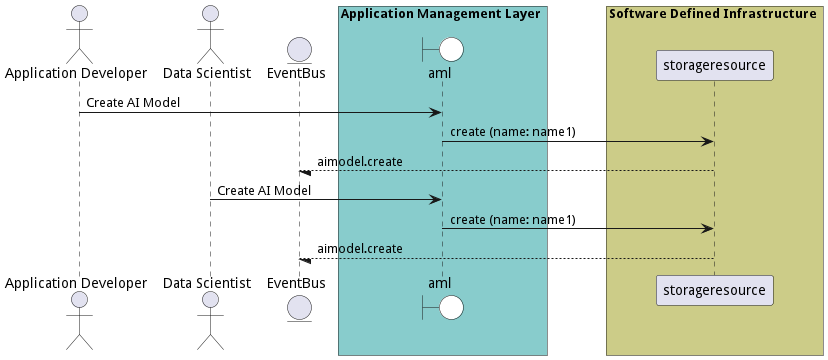
Earlier version of the PlantUML export docs/edgemere/aml/usecases/ManageAIModels/CreateAIModel.png (madajaju/edgemere). Source of this version:
```plantuml
@startuml

actor "Application Developer"

actor "Data Scientist"


entity EventBus

box Application Management Layer #88cccc
    boundary aml #white
end box


box Software Defined Infrastructure #cccc88
            participant storageresource
    end box


"Application Developer" -> aml: Create AI Model

    aml -> "storageresource": create (name: name1)

    "storageresource" --/ EventBus: aimodel.create


"Data Scientist" -> aml: Create AI Model

    aml -> "storageresource": create (name: name1)

    "storageresource" --/ EventBus: aimodel.create



@enduml
```
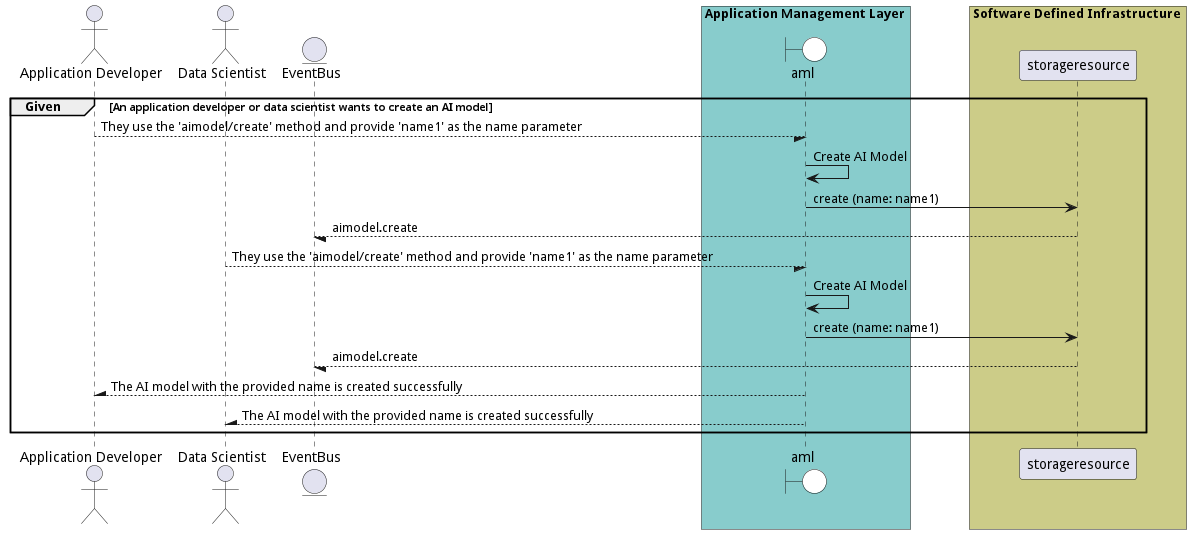
Later version of the same file.

What changed in the source:
```diff
@@ -1,4 +1,5 @@
 @startuml
+
 
 actor "Application Developer"
 
@@ -16,15 +17,18 @@
             participant storageresource
     end box
 
+group Given [An application developer or data scientist wants to create an AI model]
 
-"Application Developer" -> aml: Create AI Model
+"Application Developer" --/ aml: They use the &#39;aimodel/create&#39; method and provide &#39;name1&#39; as the name parameter
+"aml" -> aml: Create AI Model
 
     aml -> "storageresource": create (name: name1)
 
     "storageresource" --/ EventBus: aimodel.create
 
 
-"Data Scientist" -> aml: Create AI Model
+"Data Scientist" --/ aml: They use the &#39;aimodel/create&#39; method and provide &#39;name1&#39; as the name parameter
+"aml" -> aml: Create AI Model
 
     aml -> "storageresource": create (name: name1)
 
@@ -32,4 +36,11 @@
 
 
 
+"Application Developer" /-- aml: The AI model with the provided name is created successfully
+
+"Data Scientist" /-- aml: The AI model with the provided name is created successfully
+
+
+end
+
 @enduml
```
